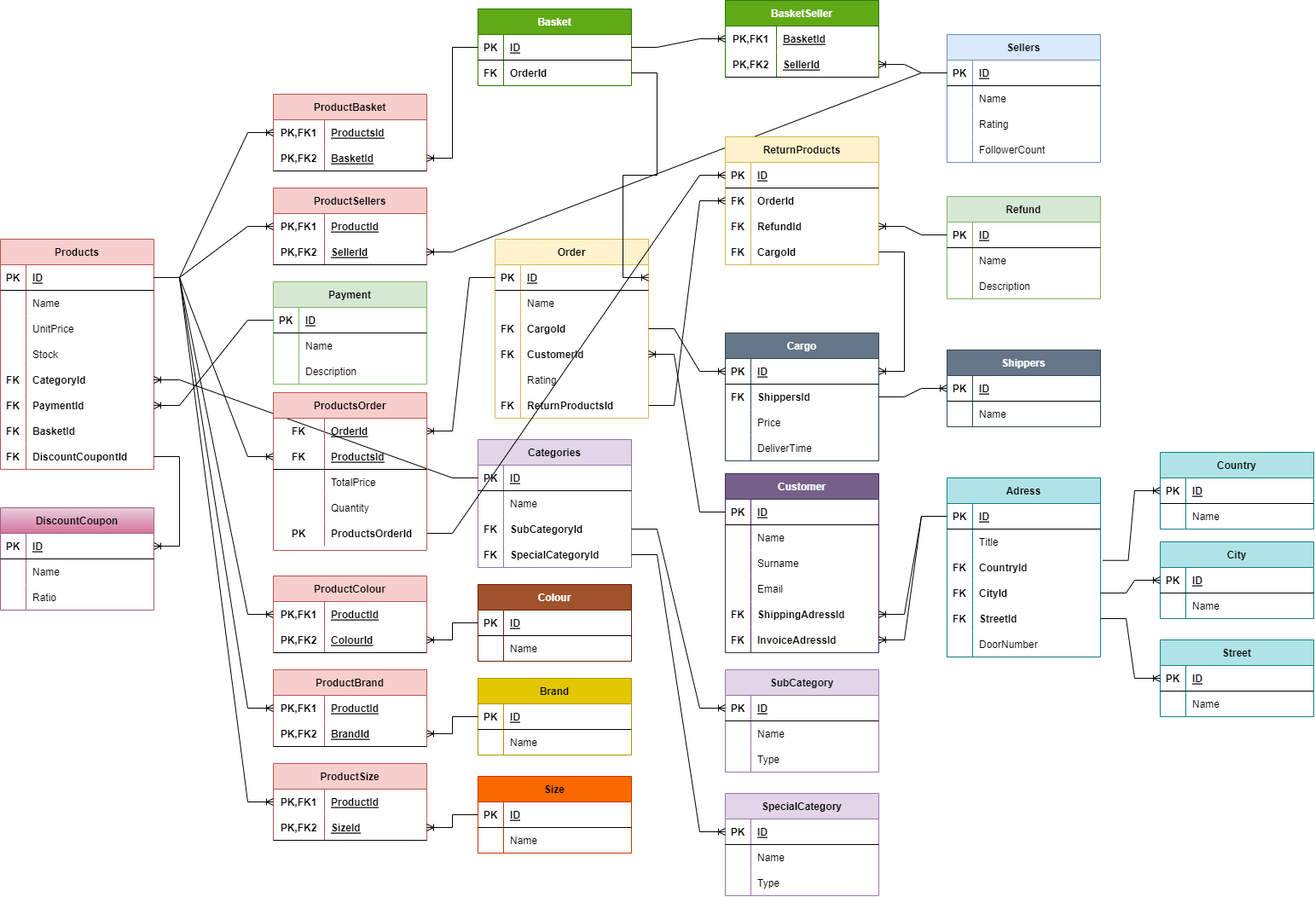
The draw.io diagram 24-11-2022_Pair9_HW.drawio.png in ZakirMK/Etiya-Akademi, before a commit. Source tidied: cells renumbered, new cells last; positions are measured from the earlier drawing's top-left corner, leaving out a move shared by most shapes.
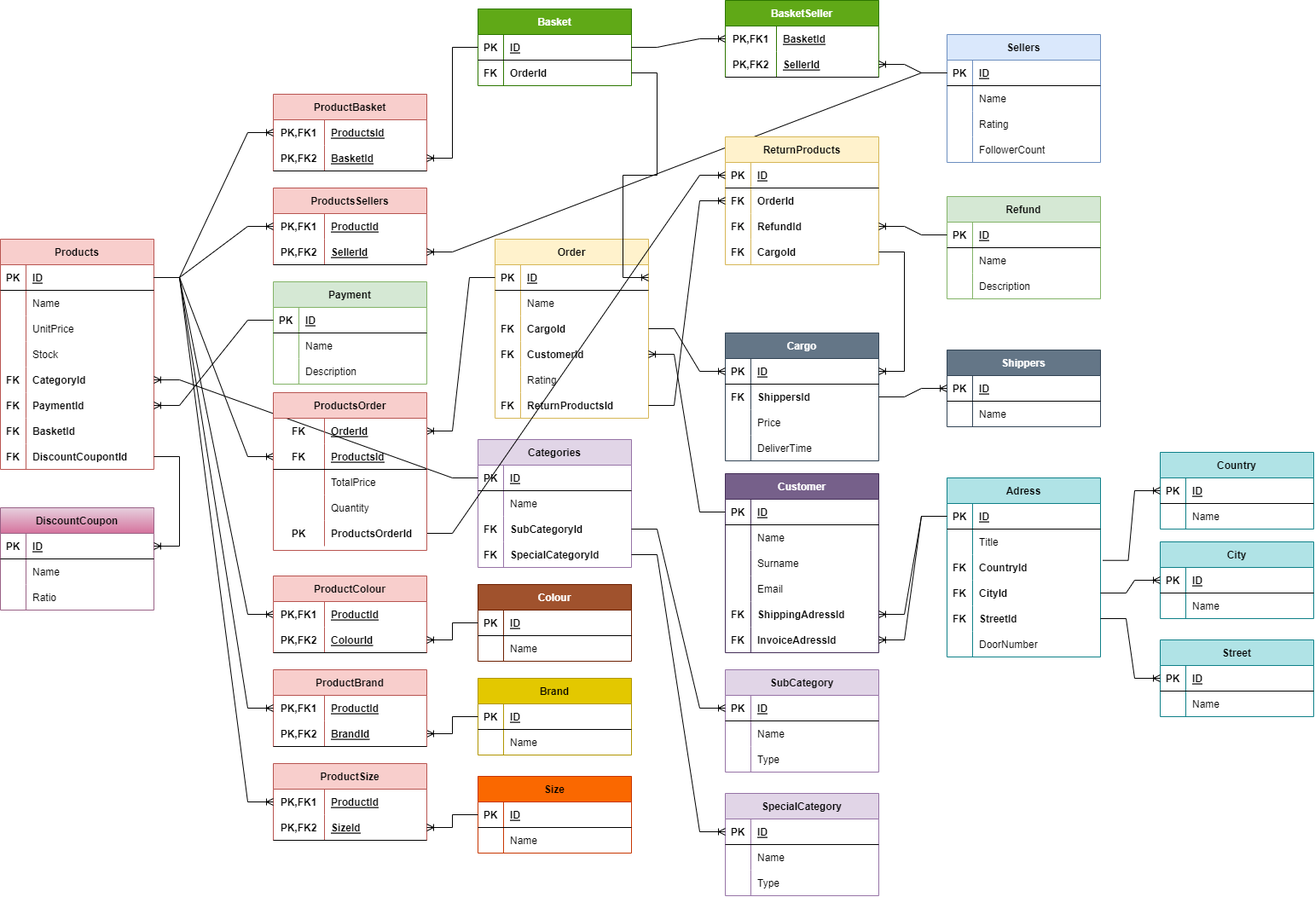
Above is the later version.

The edit, as a diff of the source:
```diff
@@ -272,7 +272,7 @@
     <mxCell id="91" value="FollowerCount" style="shape=partialRectangle;fillColor=none;top=0;left=0;bottom=0;right=0;align=left;spacingLeft=6;overflow=hidden;" parent="89" vertex="1">
       <mxGeometry x="30" width="150" height="30" as="geometry" />
     </mxCell>
-    <mxCell id="92" value="ProductSellers" style="shape=table;startSize=30;rowLines=0;fontStyle=1;align=center;fillColor=#f8cecc;strokeColor=#b85450;" parent="1" vertex="1">
+    <mxCell id="92" value="ProductsSellers" style="shape=table;startSize=30;rowLines=0;fontStyle=1;align=center;fillColor=#f8cecc;strokeColor=#b85450;" parent="1" vertex="1">
       <mxGeometry x="320" y="220" width="180" height="90" as="geometry" />
     </mxCell>
     <mxCell id="93" style="shape=tableRow;horizontal=0;startSize=0;swimlaneHead=0;swimlaneBody=0;fillColor=none;points=[[0,0.5],[1,0.5]];portConstraint=eastwest;top=0;left=0;right=0;bottom=0;" parent="92" vertex="1">
```
